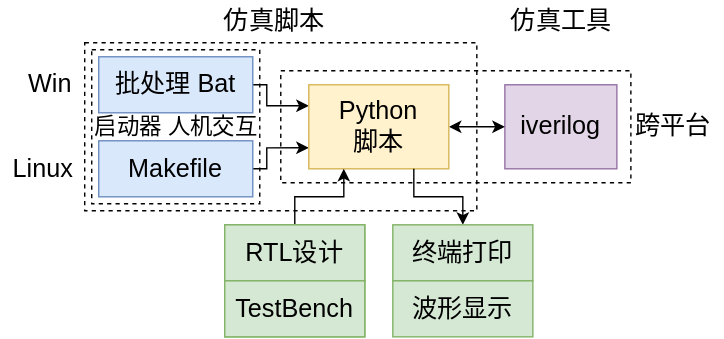
Before: pic/img/仿真环境.svg, a diagram exported from draw.io (xiaowuzxc/SparrowRV). Source tidied: cells renumbered, new cells last; positions are measured from the earlier drawing's top-left corner, leaving out a move shared by most shapes.
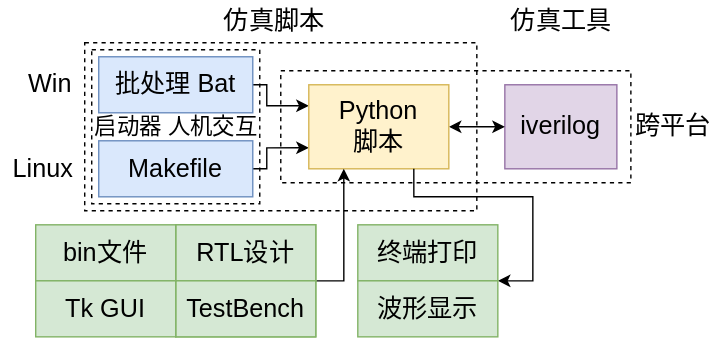
Above is the later version.

Change to the diagram source:
```diff
@@ -60,29 +60,45 @@
     <mxCell id="17" value="启动器 人机交互" style="text;html=1;align=center;verticalAlign=middle;strokeColor=none;fillColor=none;fontSize=16;" parent="1" vertex="1">
       <mxGeometry x="60" y="80" width="130" height="20" as="geometry" />
     </mxCell>
-    <mxCell id="18" style="edgeStyle=orthogonalEdgeStyle;rounded=0;jettySize=auto;html=1;exitX=0.5;exitY=0;exitDx=0;exitDy=0;fontSize=18;entryX=0.25;entryY=1;entryDx=0;entryDy=0;" parent="1" edge="1" source="19" target="13">
-      <mxGeometry relative="1" as="geometry" />
+    <mxCell id="18" style="edgeStyle=orthogonalEdgeStyle;rounded=0;jettySize=auto;html=1;exitX=1;exitY=1;exitDx=0;exitDy=0;fontSize=18;entryX=0.25;entryY=1;entryDx=0;entryDy=0;" parent="1" edge="1" source="21" target="13">
+      <mxGeometry relative="1" as="geometry">
+        <Array as="points">
+          <mxPoint x="245" y="200" />
+        </Array>
+      </mxGeometry>
     </mxCell>
     <mxCell id="19" value="RTL设计" style="rounded=0;whiteSpace=wrap;html=1;fontSize=18;fillColor=#d5e8d4;strokeColor=#82b366;" parent="1" vertex="1">
-      <mxGeometry x="160" y="160" width="100" height="40" as="geometry" />
+      <mxGeometry x="125" y="160" width="100" height="40" as="geometry" />
     </mxCell>
     <mxCell id="20" value="TestBench" style="whiteSpace=wrap;html=1;fontSize=18;fillColor=#d5e8d4;strokeColor=#82b366;" parent="1" vertex="1">
-      <mxGeometry x="160" y="200" width="100" height="40" as="geometry" />
+      <mxGeometry x="125" y="200" width="100" height="40" as="geometry" />
     </mxCell>
     <mxCell id="21" value="RTL设计" style="rounded=0;whiteSpace=wrap;html=1;fontSize=18;fillColor=#d5e8d4;strokeColor=#82b366;" parent="1" vertex="1">
-      <mxGeometry x="160" y="160" width="100" height="40" as="geometry" />
+      <mxGeometry x="125" y="160" width="100" height="40" as="geometry" />
     </mxCell>
     <mxCell id="22" value="TestBench" style="whiteSpace=wrap;html=1;fontSize=18;fillColor=#d5e8d4;strokeColor=#82b366;" parent="1" vertex="1">
-      <mxGeometry x="160" y="200" width="100" height="40" as="geometry" />
+      <mxGeometry x="125" y="200" width="100" height="40" as="geometry" />
     </mxCell>
-    <mxCell id="23" style="edgeStyle=orthogonalEdgeStyle;rounded=0;jettySize=auto;html=1;exitX=0.75;exitY=1;exitDx=0;exitDy=0;entryX=0.5;entryY=0;entryDx=0;entryDy=0;fontSize=18;" parent="1" edge="1" source="13" target="24">
-      <mxGeometry relative="1" as="geometry" />
+    <mxCell id="23" style="edgeStyle=orthogonalEdgeStyle;rounded=0;jettySize=auto;html=1;exitX=0.75;exitY=1;exitDx=0;exitDy=0;entryX=1;entryY=0;entryDx=0;entryDy=0;fontSize=18;" parent="1" edge="1" source="13" target="25">
+      <mxGeometry relative="1" as="geometry">
+        <Array as="points">
+          <mxPoint x="295" y="140" />
+          <mxPoint x="380" y="140" />
+          <mxPoint x="380" y="200" />
+        </Array>
+      </mxGeometry>
     </mxCell>
     <mxCell id="24" value="终端打印" style="rounded=0;whiteSpace=wrap;html=1;fontSize=18;fillColor=#d5e8d4;strokeColor=#82b366;" parent="1" vertex="1">
-      <mxGeometry x="280" y="160" width="100" height="40" as="geometry" />
+      <mxGeometry x="255" y="160" width="100" height="40" as="geometry" />
     </mxCell>
     <mxCell id="25" value="波形显示" style="whiteSpace=wrap;html=1;fontSize=18;fillColor=#d5e8d4;strokeColor=#82b366;" parent="1" vertex="1">
-      <mxGeometry x="280" y="200" width="100" height="40" as="geometry" />
+      <mxGeometry x="255" y="200" width="100" height="40" as="geometry" />
     </mxCell>
+    <mxCell id="26" value="bin文件" style="rounded=0;whiteSpace=wrap;html=1;fillColor=#d5e8d4;strokeColor=#82b366;fontSize=18;" parent="1" vertex="1">
+      <mxGeometry x="25" y="160" width="100" height="40" as="geometry" />
+    </mxCell>
+    <mxCell id="27" value="Tk GUI" style="rounded=0;whiteSpace=wrap;html=1;fillColor=#d5e8d4;strokeColor=#82b366;fontSize=18;" parent="1" vertex="1">
+      <mxGeometry x="25" y="200" width="100" height="40" as="geometry" />
+    </mxCell>
   </root>
 </mxGraphModel>
```
